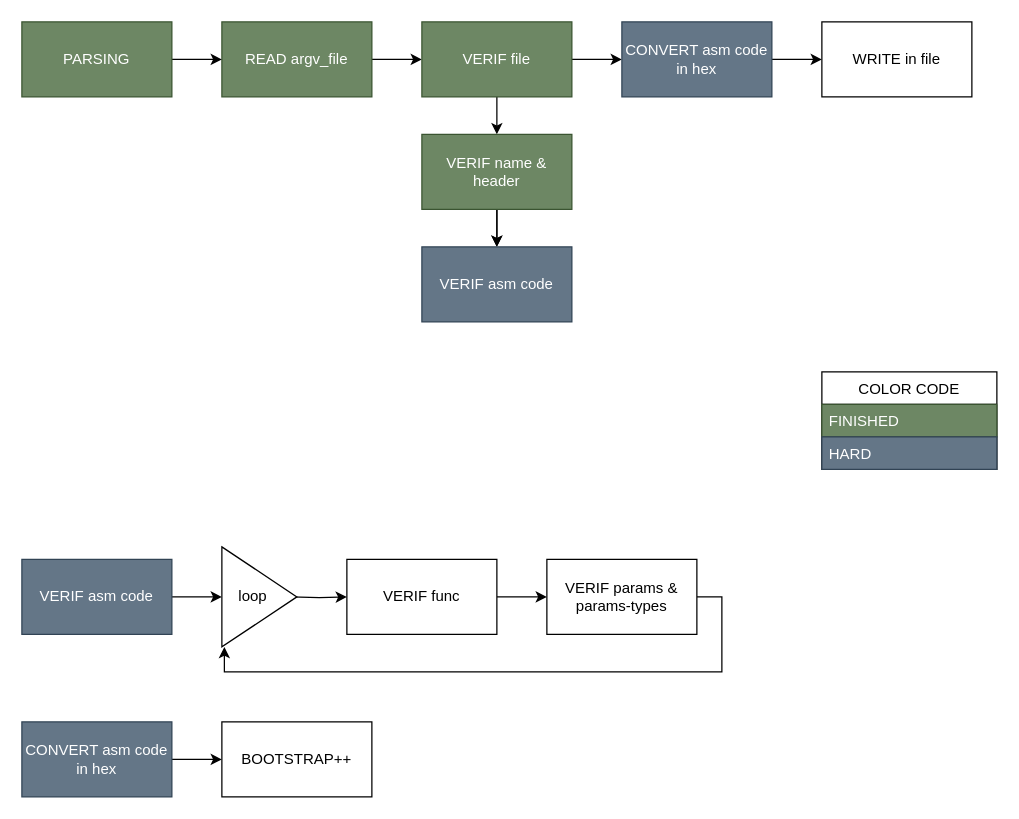
PierreMauger/Corewar keeps this draw.io diagram as archi/archi_asm.drawio. Above is the earlier version. Source tidied: cells renumbered, new cells numbered last; positions are measured from the earlier drawing's top-left corner, leaving out a move shared by most shapes. Both pictures are drawn from the tidied source at 125%, with x=0, y=0 at pixel (21, 21).
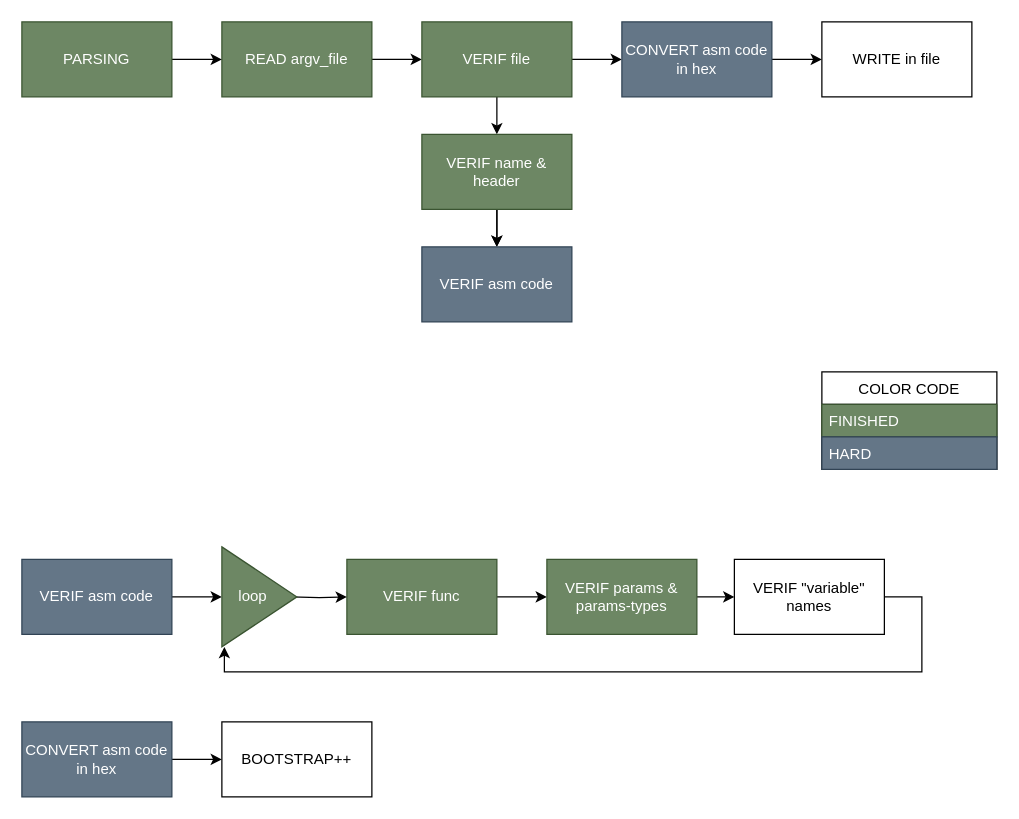
After the change.

The edit, as a diff of the source:
```diff
@@
-    <mxCell id="22" value="VERIF func" style="rounded=0;whiteSpace=wrap;html=1;" parent="1" vertex="1">
+    <mxCell id="22" value="VERIF func" style="rounded=0;whiteSpace=wrap;html=1;fillColor=#6d8764;strokeColor=#3A5431;fontColor=#ffffff;" parent="1" vertex="1">
       <mxGeometry x="260" y="430" width="120" height="60" as="geometry" />
     </mxCell>
-    <mxCell id="23" style="edgeStyle=orthogonalEdgeStyle;rounded=0;jettySize=auto;html=1;entryX=0.033;entryY=1;entryDx=0;entryDy=0;entryPerimeter=0;" parent="1" edge="1" source="24" target="26">
+    <mxCell id="23" style="edgeStyle=orthogonalEdgeStyle;rounded=0;jettySize=auto;html=1;entryX=0.033;entryY=1;entryDx=0;entryDy=0;entryPerimeter=0;" parent="1" edge="1" source="31" target="26">
       <mxGeometry relative="1" as="geometry">
         <Array as="points">
-          <mxPoint x="560" y="460" />
-          <mxPoint x="560" y="520" />
+          <mxPoint x="720" y="460" />
+          <mxPoint x="720" y="520" />
           <mxPoint x="162" y="520" />
         </Array>
       </mxGeometry>
     </mxCell>
+    <mxCell id="30" style="edgeStyle=orthogonalEdgeStyle;rounded=0;jettySize=auto;html=1;" parent="1" edge="1" source="24" target="31">
+      <mxGeometry relative="1" as="geometry" />
+    </mxCell>
-    <mxCell id="24" value="VERIF params &amp;amp; params-types" style="rounded=0;whiteSpace=wrap;html=1;" parent="1" vertex="1">
+    <mxCell id="24" value="VERIF params &amp;amp; params-types" style="rounded=0;whiteSpace=wrap;html=1;fillColor=#6d8764;strokeColor=#3A5431;fontColor=#ffffff;" parent="1" vertex="1">
       <mxGeometry x="420" y="430" width="120" height="60" as="geometry" />
     </mxCell>
@@
-    <mxCell id="26" value="&lt;div&gt;loop&amp;nbsp;&amp;nbsp;&amp;nbsp; &lt;br&gt;&lt;/div&gt;" style="triangle;whiteSpace=wrap;html=1;" parent="1" vertex="1">
+    <mxCell id="26" value="&lt;div&gt;loop&amp;nbsp;&amp;nbsp;&amp;nbsp; &lt;br&gt;&lt;/div&gt;" style="triangle;whiteSpace=wrap;html=1;fillColor=#6d8764;strokeColor=#3A5431;fontColor=#ffffff;" parent="1" vertex="1">
       <mxGeometry x="160" y="420" width="60" height="80" as="geometry" />
     </mxCell>
@@
+    <mxCell id="31" value="VERIF &quot;variable&quot; names" style="rounded=0;whiteSpace=wrap;html=1;" parent="1" vertex="1">
+      <mxGeometry x="570" y="430" width="120" height="60" as="geometry" />
+    </mxCell>
```
